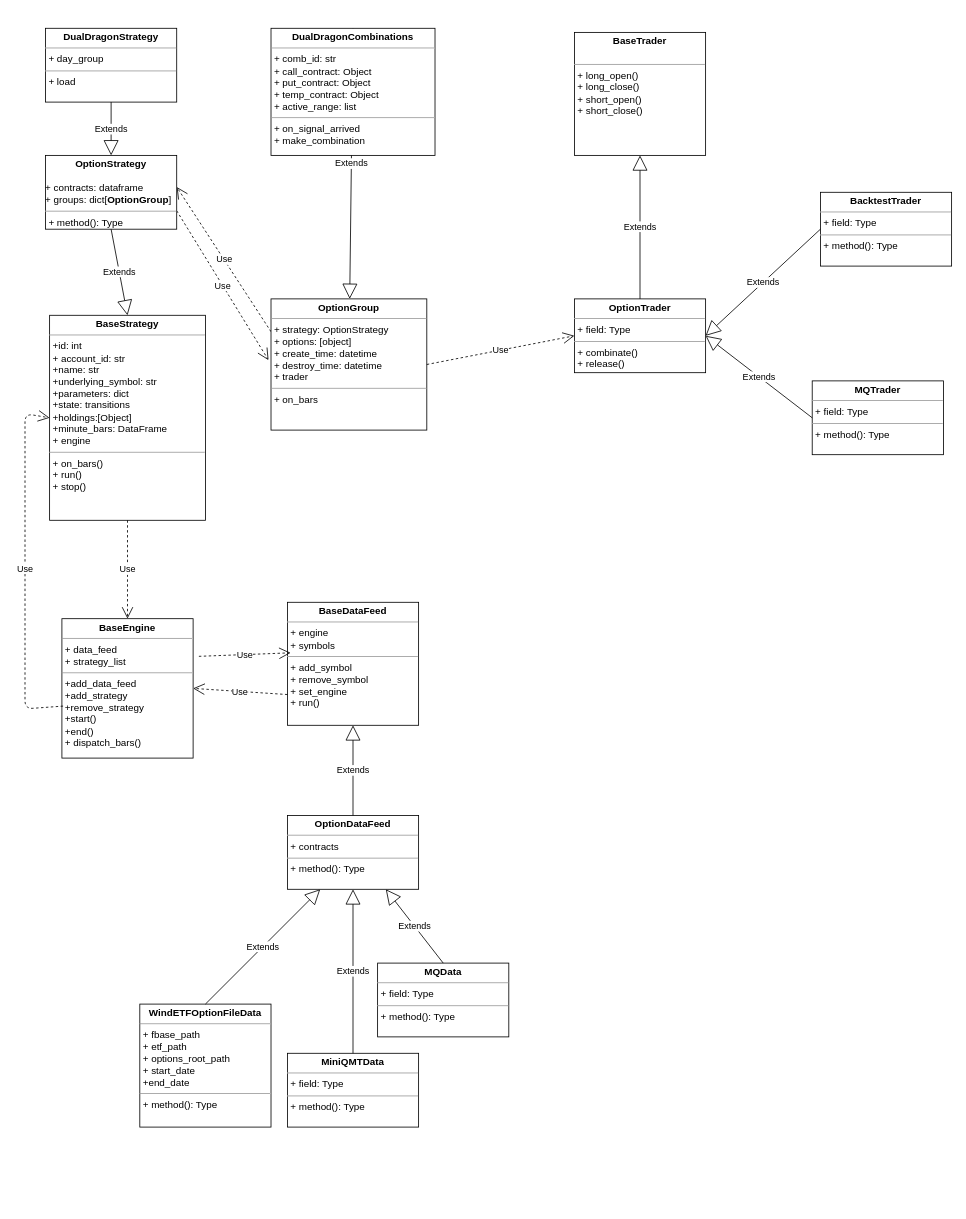
pentcn/oquant keeps this draw.io diagram as page "第 1 页" (1 of 2) of arch.drawio. Above is the earlier version. Source tidied: cells renumbered, new cells numbered last; positions are measured from the earlier drawing's top-left corner, leaving out a move shared by most shapes. Both pictures are drawn from the tidied source at 82%, with x=0, y=0 at pixel (25, 28).
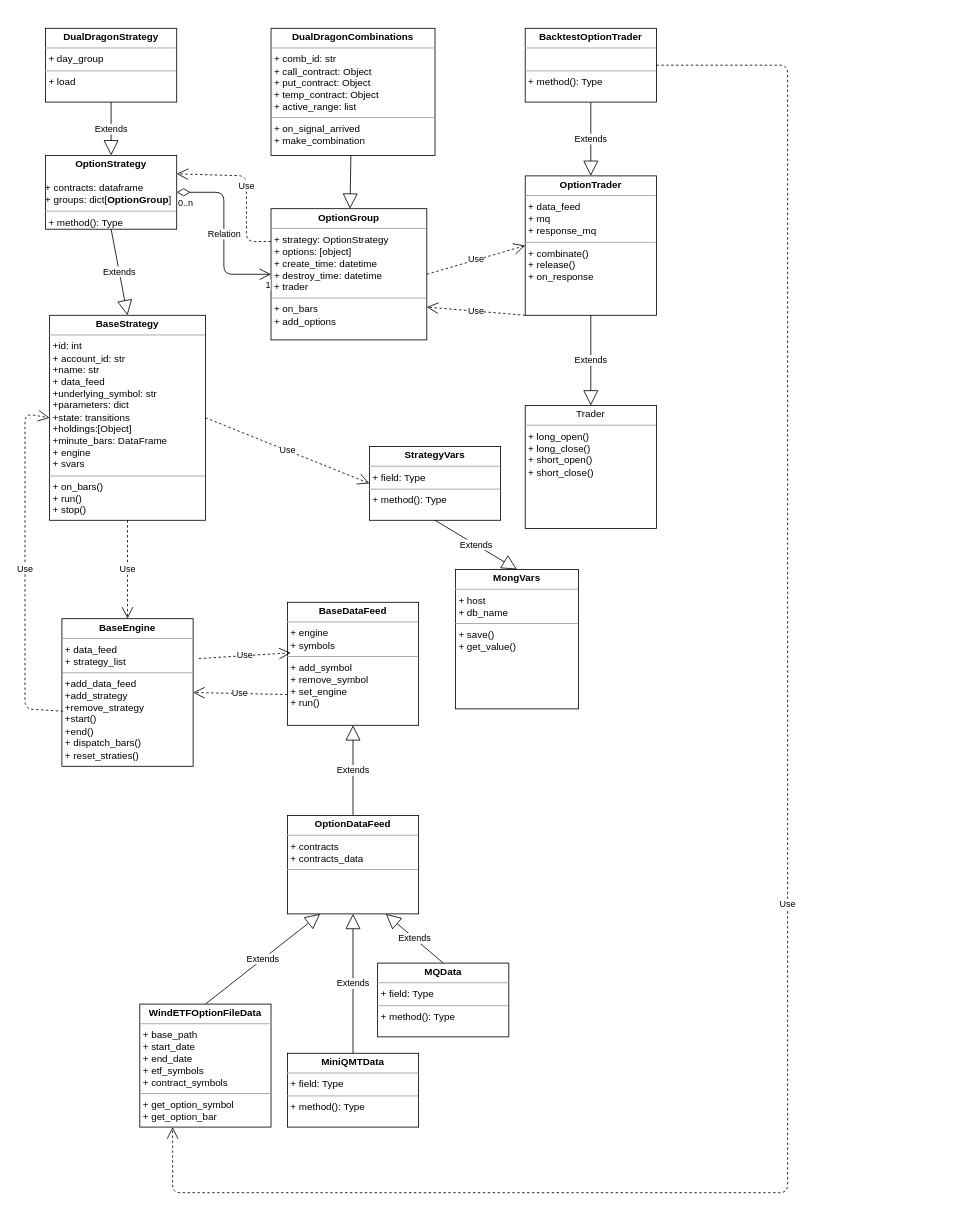
The same page after the edit.

Unchanged cells that the change refers to:
```xml
<mxCell id="28" value="&lt;p style=&quot;margin:0px;margin-top:4px;text-align:center;&quot;&gt;&lt;b&gt;OptionStrategy&lt;/b&gt;&lt;/p&gt;&lt;p style=&quot;margin:0px;margin-left:4px;&quot;&gt;&lt;br&gt;&lt;/p&gt;+ contracts: dataframe&lt;br&gt;+ groups: dict[&lt;b style=&quot;text-align: center;&quot;&gt;OptionGroup&lt;/b&gt;]&lt;br&gt;&lt;hr size=&quot;1&quot;&gt;&lt;p style=&quot;margin:0px;margin-left:4px;&quot;&gt;+ method(): Type&lt;/p&gt;" style="verticalAlign=top;align=left;overflow=fill;fontSize=12;fontFamily=Helvetica;html=1;" parent="1" vertex="1">
  <mxGeometry x="25" y="155" width="160" height="90" as="geometry" />
</mxCell>
```

What changed in the source:
```diff
@@
-    <mxCell id="2" value="&lt;p style=&quot;margin:0px;margin-top:4px;text-align:center;&quot;&gt;&lt;b&gt;BaseStrategy&lt;/b&gt;&lt;/p&gt;&lt;hr size=&quot;1&quot;&gt;&lt;p style=&quot;margin:0px;margin-left:4px;&quot;&gt;+id: int&lt;/p&gt;&lt;p style=&quot;margin:0px;margin-left:4px;&quot;&gt;+&amp;nbsp;account_id: str&lt;br&gt;+name: str&lt;br&gt;+underlying_symbol: str&lt;br&gt;&lt;span style=&quot;background-color: initial;&quot;&gt;+parameters: dict&lt;/span&gt;&lt;br&gt;&lt;/p&gt;&lt;p style=&quot;margin:0px;margin-left:4px;&quot;&gt;+state: transitions&lt;br&gt;+holdings:[Object]&lt;br&gt;+minute_bars: DataFrame&lt;/p&gt;&lt;p style=&quot;margin:0px;margin-left:4px;&quot;&gt;+ engine&lt;/p&gt;&lt;hr size=&quot;1&quot;&gt;&lt;p style=&quot;margin:0px;margin-left:4px;&quot;&gt;&lt;span style=&quot;background-color: initial;&quot;&gt;+ on_bars()&lt;/span&gt;&lt;br&gt;&lt;/p&gt;&lt;p style=&quot;margin:0px;margin-left:4px;&quot;&gt;+ run()&lt;/p&gt;&lt;p style=&quot;margin:0px;margin-left:4px;&quot;&gt;+ stop()&lt;/p&gt;&lt;p style=&quot;margin:0px;margin-left:4px;&quot;&gt;&lt;br&gt;&lt;/p&gt;" style="verticalAlign=top;align=left;overflow=fill;fontSize=12;fontFamily=Helvetica;html=1;" parent="1" vertex="1">
+    <mxCell id="2" value="&lt;p style=&quot;margin:0px;margin-top:4px;text-align:center;&quot;&gt;&lt;b&gt;BaseStrategy&lt;/b&gt;&lt;/p&gt;&lt;hr size=&quot;1&quot;&gt;&lt;p style=&quot;margin:0px;margin-left:4px;&quot;&gt;+id: int&lt;/p&gt;&lt;p style=&quot;margin:0px;margin-left:4px;&quot;&gt;+&amp;nbsp;account_id: str&lt;br&gt;+name: str&lt;/p&gt;&lt;p style=&quot;margin:0px;margin-left:4px;&quot;&gt;+ data_feed&lt;br&gt;+underlying_symbol: str&lt;br&gt;&lt;span style=&quot;background-color: initial;&quot;&gt;+parameters: dict&lt;/span&gt;&lt;br&gt;&lt;/p&gt;&lt;p style=&quot;margin:0px;margin-left:4px;&quot;&gt;+state: transitions&lt;br&gt;+holdings:[Object]&lt;br&gt;+minute_bars: DataFrame&lt;/p&gt;&lt;p style=&quot;margin:0px;margin-left:4px;&quot;&gt;+ engine&lt;/p&gt;&lt;p style=&quot;margin:0px;margin-left:4px;&quot;&gt;+ svars&lt;/p&gt;&lt;hr size=&quot;1&quot;&gt;&lt;p style=&quot;margin:0px;margin-left:4px;&quot;&gt;&lt;span style=&quot;background-color: initial;&quot;&gt;+ on_bars()&lt;/span&gt;&lt;br&gt;&lt;/p&gt;&lt;p style=&quot;margin:0px;margin-left:4px;&quot;&gt;+ run()&lt;/p&gt;&lt;p style=&quot;margin:0px;margin-left:4px;&quot;&gt;+ stop()&lt;/p&gt;&lt;p style=&quot;margin:0px;margin-left:4px;&quot;&gt;&lt;br&gt;&lt;/p&gt;" style="verticalAlign=top;align=left;overflow=fill;fontSize=12;fontFamily=Helvetica;html=1;" parent="1" vertex="1">
       <mxGeometry x="30" y="350" width="190" height="250" as="geometry" />
     </mxCell>
-    <mxCell id="3" value="Use" style="endArrow=open;endSize=12;dashed=1;html=1;entryX=-0.016;entryY=0.467;entryDx=0;entryDy=0;exitX=1;exitY=0.75;exitDx=0;exitDy=0;entryPerimeter=0;" parent="1" edge="1" source="28" target="9">
-      <mxGeometry relative="1" as="geometry" />
-    </mxCell>
@@
-    <mxCell id="6" value="Use" style="endArrow=open;endSize=12;dashed=1;html=1;exitX=0;exitY=0.25;exitDx=0;exitDy=0;entryX=1;entryY=0.428;entryDx=0;entryDy=0;entryPerimeter=0;" parent="1" edge="1" source="9" target="28">
-      <mxGeometry relative="1" as="geometry" />
+    <mxCell id="6" value="Use" style="endArrow=open;endSize=12;dashed=1;html=1;exitX=0;exitY=0.25;exitDx=0;exitDy=0;entryX=1;entryY=0.25;entryDx=0;entryDy=0;" parent="1" edge="1" source="9" target="28">
+      <mxGeometry relative="1" as="geometry">
+        <Array as="points">
+          <mxPoint x="270" y="260" />
+          <mxPoint x="270" y="180" />
+        </Array>
+      </mxGeometry>
     </mxCell>
@@
-    <mxCell id="9" value="&lt;p style=&quot;margin:0px;margin-top:4px;text-align:center;&quot;&gt;&lt;b&gt;OptionGroup&lt;/b&gt;&lt;/p&gt;&lt;hr size=&quot;1&quot;&gt;&lt;p style=&quot;margin:0px;margin-left:4px;&quot;&gt;+ strategy: OptionStrategy&lt;br&gt;+ options: [object]&lt;/p&gt;&lt;p style=&quot;margin:0px;margin-left:4px;&quot;&gt;+ create_time: datetime&lt;br&gt;+ destroy_time: datetime&lt;/p&gt;&lt;p style=&quot;margin:0px;margin-left:4px;&quot;&gt;+ trader&lt;/p&gt;&lt;hr size=&quot;1&quot;&gt;&lt;p style=&quot;margin:0px;margin-left:4px;&quot;&gt;&lt;span style=&quot;background-color: initial;&quot;&gt;+ on_bars&lt;/span&gt;&lt;br&gt;&lt;/p&gt;" style="verticalAlign=top;align=left;overflow=fill;fontSize=12;fontFamily=Helvetica;html=1;" parent="1" vertex="1">
-      <mxGeometry x="300" y="330" width="190" height="160" as="geometry" />
+    <mxCell id="9" value="&lt;p style=&quot;margin:0px;margin-top:4px;text-align:center;&quot;&gt;&lt;b&gt;OptionGroup&lt;/b&gt;&lt;/p&gt;&lt;hr size=&quot;1&quot;&gt;&lt;p style=&quot;margin:0px;margin-left:4px;&quot;&gt;+ strategy: OptionStrategy&lt;br&gt;+ options: [object]&lt;/p&gt;&lt;p style=&quot;margin:0px;margin-left:4px;&quot;&gt;+ create_time: datetime&lt;br&gt;+ destroy_time: datetime&lt;/p&gt;&lt;p style=&quot;margin:0px;margin-left:4px;&quot;&gt;+ trader&lt;/p&gt;&lt;hr size=&quot;1&quot;&gt;&lt;p style=&quot;margin:0px;margin-left:4px;&quot;&gt;&lt;span style=&quot;background-color: initial;&quot;&gt;+ on_bars&lt;/span&gt;&lt;br&gt;&lt;/p&gt;&lt;p style=&quot;margin:0px;margin-left:4px;&quot;&gt;&lt;span style=&quot;background-color: initial;&quot;&gt;+ add_options&lt;/span&gt;&lt;/p&gt;" style="verticalAlign=top;align=left;overflow=fill;fontSize=12;fontFamily=Helvetica;html=1;" parent="1" vertex="1">
+      <mxGeometry x="300" y="220" width="190" height="160" as="geometry" />
     </mxCell>
-    <mxCell id="10" value="&lt;p style=&quot;margin:0px;margin-top:4px;text-align:center;&quot;&gt;&lt;b&gt;BaseEngine&lt;/b&gt;&lt;/p&gt;&lt;hr size=&quot;1&quot;&gt;&lt;p style=&quot;margin:0px;margin-left:4px;&quot;&gt;+ data_feed&lt;br&gt;+ strategy_list&lt;/p&gt;&lt;hr size=&quot;1&quot;&gt;&lt;p style=&quot;margin:0px;margin-left:4px;&quot;&gt;+add_data_feed&lt;/p&gt;&lt;p style=&quot;margin:0px;margin-left:4px;&quot;&gt;+add_strategy&lt;/p&gt;&lt;p style=&quot;margin:0px;margin-left:4px;&quot;&gt;+remove_strategy&lt;/p&gt;&lt;p style=&quot;margin:0px;margin-left:4px;&quot;&gt;+start()&lt;/p&gt;&lt;p style=&quot;margin:0px;margin-left:4px;&quot;&gt;+end()&lt;/p&gt;&lt;p style=&quot;margin:0px;margin-left:4px;&quot;&gt;+ dispatch_bars()&lt;/p&gt;" style="verticalAlign=top;align=left;overflow=fill;fontSize=12;fontFamily=Helvetica;html=1;" parent="1" vertex="1">
-      <mxGeometry x="45" y="720" width="160" height="170" as="geometry" />
+    <mxCell id="10" value="&lt;p style=&quot;margin:0px;margin-top:4px;text-align:center;&quot;&gt;&lt;b&gt;BaseEngine&lt;/b&gt;&lt;/p&gt;&lt;hr size=&quot;1&quot;&gt;&lt;p style=&quot;margin:0px;margin-left:4px;&quot;&gt;+ data_feed&lt;br&gt;+ strategy_list&lt;/p&gt;&lt;hr size=&quot;1&quot;&gt;&lt;p style=&quot;margin:0px;margin-left:4px;&quot;&gt;+add_data_feed&lt;/p&gt;&lt;p style=&quot;margin:0px;margin-left:4px;&quot;&gt;+add_strategy&lt;/p&gt;&lt;p style=&quot;margin:0px;margin-left:4px;&quot;&gt;+remove_strategy&lt;/p&gt;&lt;p style=&quot;margin:0px;margin-left:4px;&quot;&gt;+start()&lt;/p&gt;&lt;p style=&quot;margin:0px;margin-left:4px;&quot;&gt;+end()&lt;/p&gt;&lt;p style=&quot;margin:0px;margin-left:4px;&quot;&gt;+ dispatch_bars()&lt;/p&gt;&lt;p style=&quot;margin:0px;margin-left:4px;&quot;&gt;+ reset_straties()&lt;/p&gt;" style="verticalAlign=top;align=left;overflow=fill;fontSize=12;fontFamily=Helvetica;html=1;" parent="1" vertex="1">
+      <mxGeometry x="45" y="720" width="160" height="180" as="geometry" />
     </mxCell>
@@
-    <mxCell id="13" value="&lt;p style=&quot;margin:0px;margin-top:4px;text-align:center;&quot;&gt;&lt;b&gt;WindETFOptionFileData&lt;/b&gt;&lt;br&gt;&lt;/p&gt;&lt;hr size=&quot;1&quot;&gt;&lt;p style=&quot;margin:0px;margin-left:4px;&quot;&gt;+ f&lt;span style=&quot;background-color: initial;&quot;&gt;base_path&lt;/span&gt;&lt;/p&gt;&lt;p style=&quot;margin:0px;margin-left:4px;&quot;&gt;+ etf_path&lt;/p&gt;&lt;p style=&quot;margin:0px;margin-left:4px;&quot;&gt;+ options_root_path&lt;/p&gt;&lt;p style=&quot;margin:0px;margin-left:4px;&quot;&gt;+ start_date&lt;/p&gt;&lt;p style=&quot;margin:0px;margin-left:4px;&quot;&gt;+end_date&lt;/p&gt;&lt;hr size=&quot;1&quot;&gt;&lt;p style=&quot;margin:0px;margin-left:4px;&quot;&gt;+ method(): Type&lt;/p&gt;" style="verticalAlign=top;align=left;overflow=fill;fontSize=12;fontFamily=Helvetica;html=1;" parent="1" vertex="1">
+    <mxCell id="13" value="&lt;p style=&quot;margin:0px;margin-top:4px;text-align:center;&quot;&gt;&lt;b&gt;WindETFOptionFileData&lt;/b&gt;&lt;br&gt;&lt;/p&gt;&lt;hr size=&quot;1&quot;&gt;&lt;p style=&quot;margin:0px;margin-left:4px;&quot;&gt;+ &lt;span style=&quot;background-color: initial;&quot;&gt;base_path&lt;/span&gt;&lt;/p&gt;&lt;p style=&quot;margin:0px;margin-left:4px;&quot;&gt;+ start_date&lt;/p&gt;&lt;p style=&quot;margin:0px;margin-left:4px;&quot;&gt;+ end_date&lt;/p&gt;&lt;p style=&quot;margin:0px;margin-left:4px;&quot;&gt;+ etf_symbols&lt;/p&gt;&lt;p style=&quot;margin:0px;margin-left:4px;&quot;&gt;+ contract_symbols&lt;/p&gt;&lt;hr size=&quot;1&quot;&gt;&lt;p style=&quot;margin:0px;margin-left:4px;&quot;&gt;+ get_option_symbol&lt;/p&gt;&lt;p style=&quot;margin:0px;margin-left:4px;&quot;&gt;+ get_option_bar&lt;/p&gt;" style="verticalAlign=top;align=left;overflow=fill;fontSize=12;fontFamily=Helvetica;html=1;" parent="1" vertex="1">
       <mxGeometry x="140" y="1190" width="160" height="150" as="geometry" />
     </mxCell>
@@
-    <mxCell id="21" value="&lt;p style=&quot;margin:0px;margin-top:4px;text-align:center;&quot;&gt;&lt;b&gt;BaseTrader&lt;/b&gt;&lt;/p&gt;&lt;p style=&quot;margin:0px;margin-left:4px;&quot;&gt;&lt;br&gt;&lt;/p&gt;&lt;hr size=&quot;1&quot;&gt;&lt;p style=&quot;margin:0px;margin-left:4px;&quot;&gt;+ long_open()&lt;br&gt;+ long_close()&lt;br&gt;+ short_open()&lt;br&gt;+ short_close()&lt;/p&gt;&lt;p style=&quot;margin:0px;margin-left:4px;&quot;&gt;&lt;br&gt;&lt;/p&gt;&lt;p style=&quot;margin:0px;margin-left:4px;&quot;&gt;&lt;br&gt;&lt;/p&gt;" style="verticalAlign=top;align=left;overflow=fill;fontSize=12;fontFamily=Helvetica;html=1;" parent="1" vertex="1">
-      <mxGeometry x="670" y="5" width="160" height="150" as="geometry" />
+    <mxCell id="21" value="&lt;p style=&quot;margin:0px;margin-top:4px;text-align:center;&quot;&gt;Trader&lt;/p&gt;&lt;hr size=&quot;1&quot;&gt;&lt;p style=&quot;margin:0px;margin-left:4px;&quot;&gt;+ long_open()&lt;br&gt;+ long_close()&lt;br&gt;+ short_open()&lt;br&gt;+ short_close()&lt;/p&gt;&lt;p style=&quot;margin:0px;margin-left:4px;&quot;&gt;&lt;br&gt;&lt;/p&gt;&lt;p style=&quot;margin:0px;margin-left:4px;&quot;&gt;&lt;br&gt;&lt;/p&gt;" style="verticalAlign=top;align=left;overflow=fill;fontSize=12;fontFamily=Helvetica;html=1;" parent="1" vertex="1">
+      <mxGeometry x="610" y="460" width="160" height="150" as="geometry" />
     </mxCell>
-    <mxCell id="22" value="&lt;p style=&quot;margin:0px;margin-top:4px;text-align:center;&quot;&gt;&lt;b&gt;BacktestTrader&lt;/b&gt;&lt;/p&gt;&lt;hr size=&quot;1&quot;&gt;&lt;p style=&quot;margin:0px;margin-left:4px;&quot;&gt;+ field: Type&lt;/p&gt;&lt;hr size=&quot;1&quot;&gt;&lt;p style=&quot;margin:0px;margin-left:4px;&quot;&gt;+ method(): Type&lt;/p&gt;" style="verticalAlign=top;align=left;overflow=fill;fontSize=12;fontFamily=Helvetica;html=1;" parent="1" vertex="1">
-      <mxGeometry x="970" y="200" width="160" height="90" as="geometry" />
+    <mxCell id="22" value="&lt;p style=&quot;margin:0px;margin-top:4px;text-align:center;&quot;&gt;&lt;b&gt;BacktestOptionTrader&lt;br&gt;&lt;/b&gt;&lt;/p&gt;&lt;hr size=&quot;1&quot;&gt;&lt;p style=&quot;margin:0px;margin-left:4px;&quot;&gt;&lt;br&gt;&lt;/p&gt;&lt;hr size=&quot;1&quot;&gt;&lt;p style=&quot;margin:0px;margin-left:4px;&quot;&gt;+ method(): Type&lt;/p&gt;" style="verticalAlign=top;align=left;overflow=fill;fontSize=12;fontFamily=Helvetica;html=1;" parent="1" vertex="1">
+      <mxGeometry x="610" width="160" height="90" as="geometry" />
     </mxCell>
-    <mxCell id="23" value="&lt;p style=&quot;margin:0px;margin-top:4px;text-align:center;&quot;&gt;&lt;b&gt;MQTrader&lt;/b&gt;&lt;/p&gt;&lt;hr size=&quot;1&quot;&gt;&lt;p style=&quot;margin:0px;margin-left:4px;&quot;&gt;+ field: Type&lt;/p&gt;&lt;hr size=&quot;1&quot;&gt;&lt;p style=&quot;margin:0px;margin-left:4px;&quot;&gt;+ method(): Type&lt;/p&gt;" style="verticalAlign=top;align=left;overflow=fill;fontSize=12;fontFamily=Helvetica;html=1;" parent="1" vertex="1">
-      <mxGeometry x="960" y="430" width="160" height="90" as="geometry" />
-    </mxCell>
-    <mxCell id="24" value="Extends" style="endArrow=block;endSize=16;endFill=0;html=1;exitX=0;exitY=0.5;exitDx=0;exitDy=0;entryX=1;entryY=0.5;entryDx=0;entryDy=0;" parent="1" edge="1" source="22" target="30">
+    <mxCell id="24" value="Extends" style="endArrow=block;endSize=16;endFill=0;html=1;exitX=0.5;exitY=1;exitDx=0;exitDy=0;entryX=0.5;entryY=0;entryDx=0;entryDy=0;" parent="1" edge="1" source="22" target="30">
       <mxGeometry relative="1" as="geometry" />
     </mxCell>
-    <mxCell id="25" value="Extends" style="endArrow=block;endSize=16;endFill=0;html=1;entryX=1;entryY=0.5;entryDx=0;entryDy=0;exitX=0;exitY=0.5;exitDx=0;exitDy=0;" parent="1" edge="1" source="23" target="30">
-      <mxGeometry relative="1" as="geometry" />
-    </mxCell>
@@
-    <mxCell id="30" value="&lt;p style=&quot;margin:0px;margin-top:4px;text-align:center;&quot;&gt;&lt;b&gt;OptionTrader&lt;/b&gt;&lt;/p&gt;&lt;hr size=&quot;1&quot;&gt;&lt;p style=&quot;margin:0px;margin-left:4px;&quot;&gt;+ field: Type&lt;/p&gt;&lt;hr size=&quot;1&quot;&gt;&lt;p style=&quot;margin:0px;margin-left:4px;&quot;&gt;+ combinate()&lt;br&gt;&lt;/p&gt;&lt;p style=&quot;margin:0px;margin-left:4px;&quot;&gt;+ release()&lt;br&gt;&lt;/p&gt;" style="verticalAlign=top;align=left;overflow=fill;fontSize=12;fontFamily=Helvetica;html=1;" parent="1" vertex="1">
-      <mxGeometry x="670" y="330" width="160" height="90" as="geometry" />
+    <mxCell id="30" value="&lt;p style=&quot;margin:0px;margin-top:4px;text-align:center;&quot;&gt;&lt;b&gt;OptionTrader&lt;/b&gt;&lt;/p&gt;&lt;hr size=&quot;1&quot;&gt;&lt;p style=&quot;margin:0px;margin-left:4px;&quot;&gt;+ data_feed&lt;br&gt;+ mq&lt;br&gt;+ response_mq&lt;/p&gt;&lt;hr size=&quot;1&quot;&gt;&lt;p style=&quot;margin:0px;margin-left:4px;&quot;&gt;+ combinate()&lt;br&gt;&lt;/p&gt;&lt;p style=&quot;margin:0px;margin-left:4px;&quot;&gt;+ release()&lt;br&gt;+ on_response&lt;/p&gt;" style="verticalAlign=top;align=left;overflow=fill;fontSize=12;fontFamily=Helvetica;html=1;" parent="1" vertex="1">
+      <mxGeometry x="610" y="180" width="160" height="170" as="geometry" />
     </mxCell>
-    <mxCell id="31" value="Extends" style="endArrow=block;endSize=16;endFill=0;html=1;entryX=0.5;entryY=1;entryDx=0;entryDy=0;exitX=0.5;exitY=0;exitDx=0;exitDy=0;" parent="1" edge="1" source="30" target="21">
+    <mxCell id="31" value="Extends" style="endArrow=block;endSize=16;endFill=0;html=1;entryX=0.5;entryY=0;entryDx=0;entryDy=0;exitX=0.5;exitY=1;exitDx=0;exitDy=0;" parent="1" edge="1" source="30" target="21">
       <mxGeometry relative="1" as="geometry" />
     </mxCell>
-    <mxCell id="32" value="&lt;p style=&quot;margin:0px;margin-top:4px;text-align:center;&quot;&gt;&lt;b&gt;OptionDataFeed&lt;/b&gt;&lt;/p&gt;&lt;hr size=&quot;1&quot;&gt;&lt;p style=&quot;margin:0px;margin-left:4px;&quot;&gt;+ contracts&lt;/p&gt;&lt;hr size=&quot;1&quot;&gt;&lt;p style=&quot;margin:0px;margin-left:4px;&quot;&gt;+ method(): Type&lt;/p&gt;" style="verticalAlign=top;align=left;overflow=fill;fontSize=12;fontFamily=Helvetica;html=1;" parent="1" vertex="1">
-      <mxGeometry x="320" y="960" width="160" height="90" as="geometry" />
+    <mxCell id="32" value="&lt;p style=&quot;margin:0px;margin-top:4px;text-align:center;&quot;&gt;&lt;b&gt;OptionDataFeed&lt;/b&gt;&lt;/p&gt;&lt;hr size=&quot;1&quot;&gt;&lt;p style=&quot;margin:0px;margin-left:4px;&quot;&gt;+ contracts&lt;br&gt;+ contracts_data&lt;/p&gt;&lt;hr size=&quot;1&quot;&gt;&lt;p style=&quot;margin:0px;margin-left:4px;&quot;&gt;&lt;br&gt;&lt;/p&gt;" style="verticalAlign=top;align=left;overflow=fill;fontSize=12;fontFamily=Helvetica;html=1;" parent="1" vertex="1">
+      <mxGeometry x="320" y="960" width="160" height="120" as="geometry" />
     </mxCell>
@@
+    <mxCell id="34" value="Use" style="endArrow=open;endSize=12;dashed=1;html=1;entryX=0.25;entryY=1;entryDx=0;entryDy=0;exitX=1;exitY=0.5;exitDx=0;exitDy=0;" parent="1" edge="1" source="22" target="13">
+      <mxGeometry relative="1" as="geometry">
+        <Array as="points">
+          <mxPoint x="930" y="45" />
+          <mxPoint x="930" y="1420" />
+          <mxPoint x="180" y="1420" />
+        </Array>
+      </mxGeometry>
+    </mxCell>
+    <mxCell id="3" value="Relation" style="endArrow=open;html=1;endSize=12;startArrow=diamondThin;startSize=14;startFill=0;edgeStyle=orthogonalEdgeStyle;entryX=0;entryY=0.5;entryDx=0;entryDy=0;exitX=1;exitY=0.5;exitDx=0;exitDy=0;" parent="1" edge="1" source="28" target="9">
+      <mxGeometry relative="1" as="geometry" />
+    </mxCell>
+    <mxCell id="35" value="0..n" style="edgeLabel;html=1;align=left;verticalAlign=top;" parent="3" vertex="1">
+      <mxGeometry x="-1" relative="1" as="geometry" />
+    </mxCell>
+    <mxCell id="36" value="1" style="edgeLabel;html=1;align=right;verticalAlign=top;" parent="3" vertex="1">
+      <mxGeometry x="1" relative="1" as="geometry" />
+    </mxCell>
+    <mxCell id="37" value="&lt;p style=&quot;margin:0px;margin-top:4px;text-align:center;&quot;&gt;&lt;b&gt;MongVars&lt;/b&gt;&lt;/p&gt;&lt;hr size=&quot;1&quot;&gt;&lt;p style=&quot;margin:0px;margin-left:4px;&quot;&gt;+ host&lt;/p&gt;&lt;p style=&quot;margin:0px;margin-left:4px;&quot;&gt;+ db_name&lt;br&gt;&lt;/p&gt;&lt;hr size=&quot;1&quot;&gt;&lt;p style=&quot;margin:0px;margin-left:4px;&quot;&gt;+ save()&lt;/p&gt;&lt;p style=&quot;margin:0px;margin-left:4px;&quot;&gt;+ get_value()&lt;/p&gt;" style="verticalAlign=top;align=left;overflow=fill;fontSize=12;fontFamily=Helvetica;html=1;" parent="1" vertex="1">
+      <mxGeometry x="525" y="660" width="150" height="170" as="geometry" />
+    </mxCell>
+    <mxCell id="38" value="&lt;p style=&quot;margin:0px;margin-top:4px;text-align:center;&quot;&gt;&lt;b&gt;StrategyVars&lt;/b&gt;&lt;br&gt;&lt;/p&gt;&lt;hr size=&quot;1&quot;&gt;&lt;p style=&quot;margin:0px;margin-left:4px;&quot;&gt;+ field: Type&lt;/p&gt;&lt;hr size=&quot;1&quot;&gt;&lt;p style=&quot;margin:0px;margin-left:4px;&quot;&gt;+ method(): Type&lt;/p&gt;" style="verticalAlign=top;align=left;overflow=fill;fontSize=12;fontFamily=Helvetica;html=1;" parent="1" vertex="1">
+      <mxGeometry x="420" y="510" width="160" height="90" as="geometry" />
+    </mxCell>
+    <mxCell id="25" value="Extends" style="endArrow=block;endSize=16;endFill=0;html=1;entryX=0.5;entryY=0;entryDx=0;entryDy=0;exitX=0.5;exitY=1;exitDx=0;exitDy=0;" parent="1" edge="1" source="38" target="37">
+      <mxGeometry relative="1" as="geometry" />
+    </mxCell>
+    <mxCell id="39" value="Use" style="endArrow=open;endSize=12;dashed=1;html=1;exitX=1;exitY=0.5;exitDx=0;exitDy=0;entryX=0;entryY=0.5;entryDx=0;entryDy=0;" parent="1" edge="1" source="2" target="38">
+      <mxGeometry relative="1" as="geometry" />
+    </mxCell>
+    <mxCell id="40" value="Use" style="endArrow=open;endSize=12;dashed=1;html=1;exitX=0;exitY=1;exitDx=0;exitDy=0;entryX=1;entryY=0.75;entryDx=0;entryDy=0;" parent="1" edge="1" source="30" target="9">
+      <mxGeometry relative="1" as="geometry" />
+    </mxCell>
```
